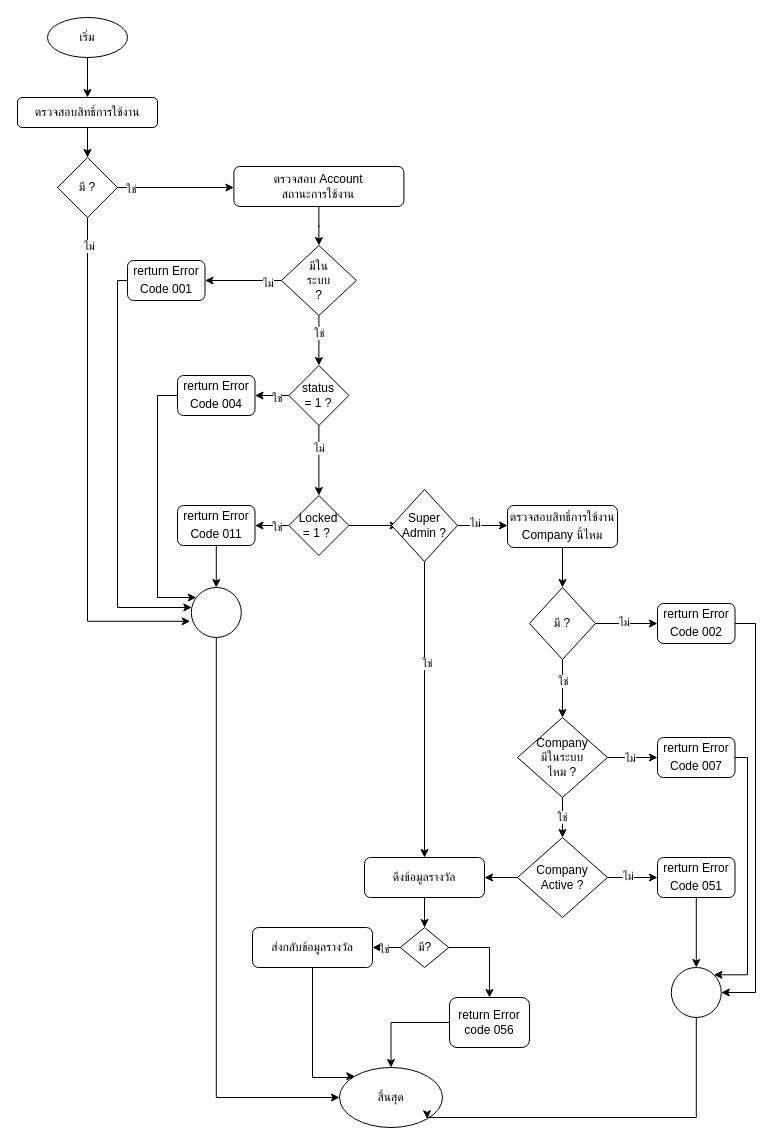
The draw.io diagram page "หน้า-2" (2 of 4) of ImpotantFinancialInfo.drawio in charifrodmanee/charifrodmanee, before the edit. Source tidied: cells renumbered, new cells numbered last; positions are measured from the earlier drawing's top-left corner, leaving out a move shared by most shapes. Both pictures are drawn from the tidied source at 100%, with x=0, y=0 at pixel (17, 17).
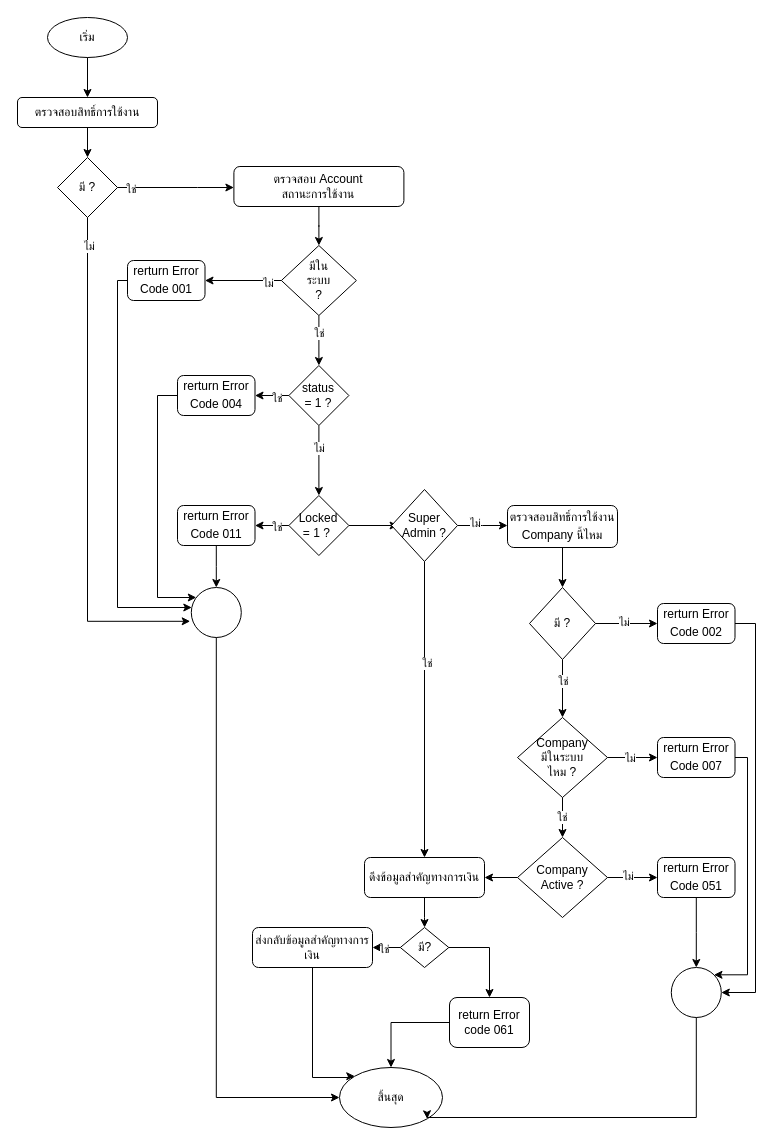
After the change.

What changed in the source:
```diff
@@
-    <mxCell id="55" value="ดึงข้อมูลรางวัล" style="rounded=1;whiteSpace=wrap;html=1;" parent="1" vertex="1">
+    <mxCell id="55" value="ดึงข้อมูลสำคัญทางการเงิน" style="rounded=1;whiteSpace=wrap;html=1;" parent="1" vertex="1">
       <mxGeometry x="347" y="840" width="120" height="40" as="geometry" />
     </mxCell>
@@
-    <mxCell id="67" value="ส่งกลับข้อมูลรางวัล" style="rounded=1;whiteSpace=wrap;html=1;" parent="1" vertex="1">
+    <mxCell id="67" value="ส่งกลับข้อมูลสำคัญทางการเงิน" style="rounded=1;whiteSpace=wrap;html=1;" parent="1" vertex="1">
       <mxGeometry x="235" y="910" width="120" height="40" as="geometry" />
     </mxCell>
@@
-    <mxCell id="73" value="return Error code 056" style="rounded=1;whiteSpace=wrap;html=1;" parent="1" vertex="1">
+    <mxCell id="73" value="return Error code 061" style="rounded=1;whiteSpace=wrap;html=1;" parent="1" vertex="1">
       <mxGeometry x="432" y="980" width="80" height="50" as="geometry" />
     </mxCell>
```
